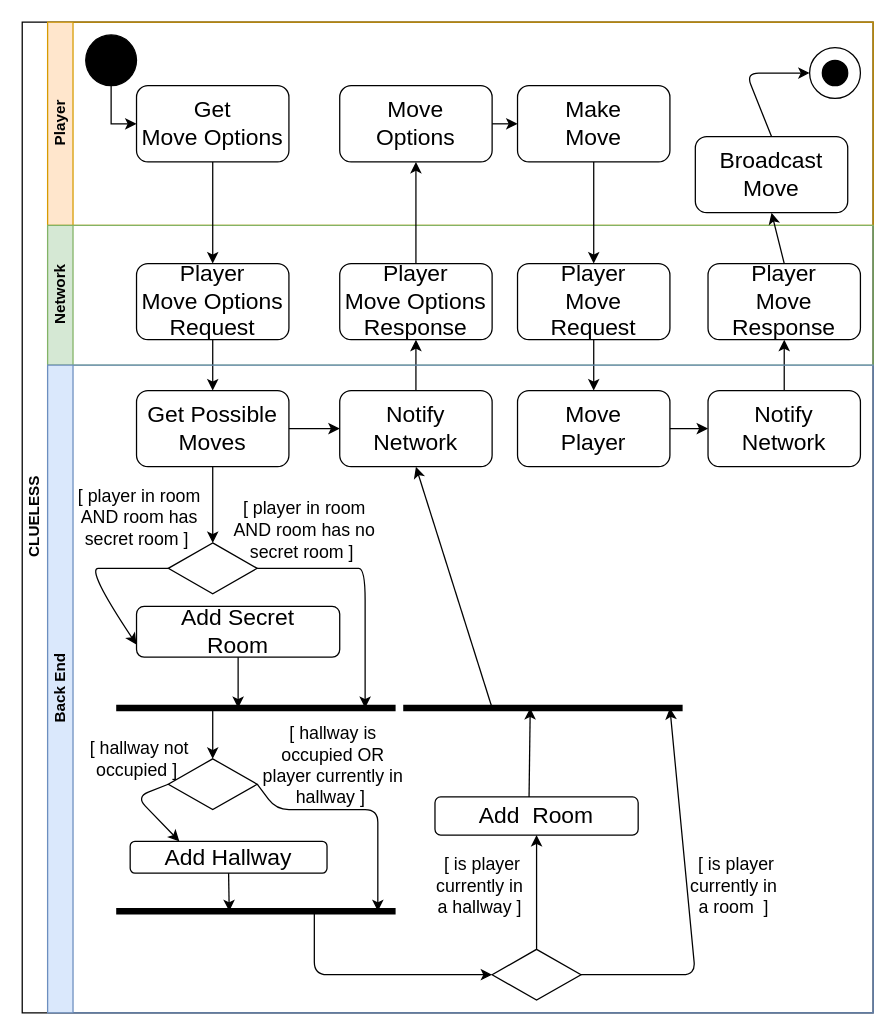
Before: move-activity-diagram.drawio in Acelhaka/Clueless-game, a draw.io diagram. Source tidied: cells renumbered, new cells numbered last; positions are measured from the earlier drawing's top-left corner, leaving out a move shared by most shapes. Both pictures are drawn from the tidied source at 127%, with x=0, y=0 at pixel (22, 22).
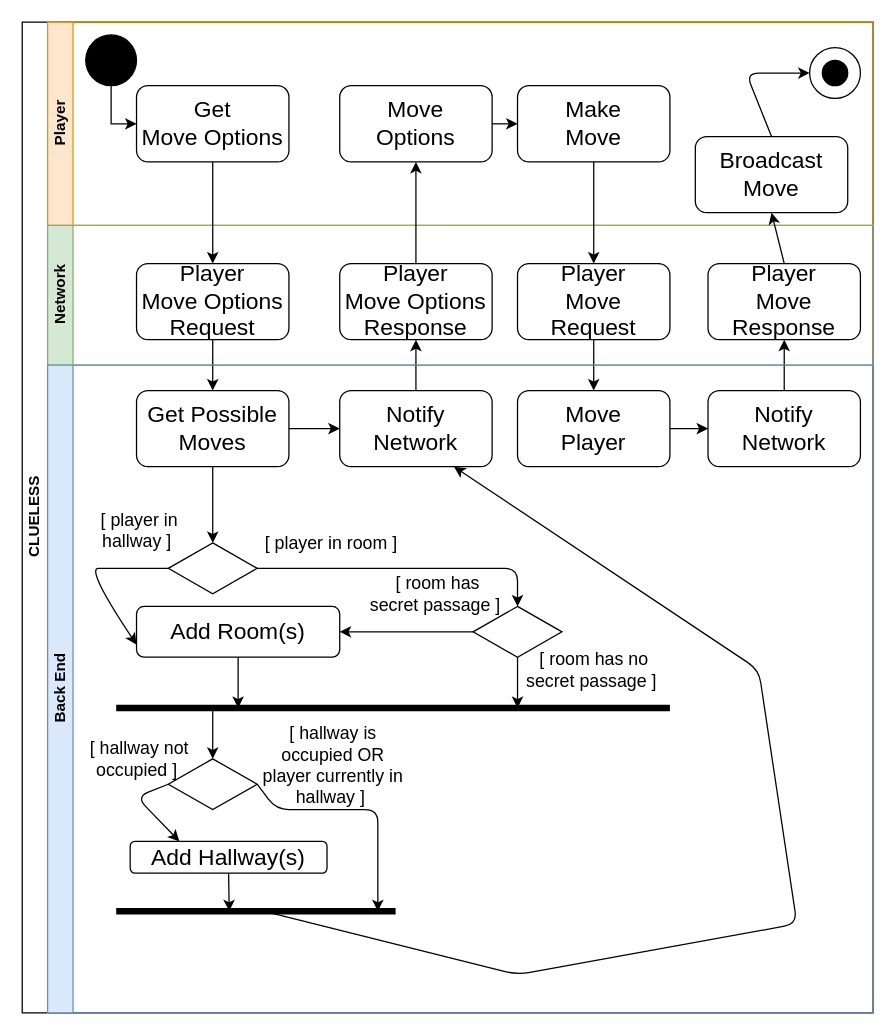
The same diagram, later.

The change refers to these unchanged cells:
```xml
<mxCell id="2" value="CLUELESS" style="swimlane;html=1;horizontal=0;startSize=20;" parent="1" vertex="1">
  <mxGeometry width="670" height="780" as="geometry" />
</mxCell>
<mxCell id="11" value="&lt;span style=&quot;font-size: 18px&quot;&gt;Make&lt;br&gt;&lt;/span&gt;&lt;font style=&quot;font-size: 18px&quot;&gt;Move&lt;/font&gt;" style="rounded=1;whiteSpace=wrap;html=1;fillColor=#FFFFFF;" parent="3" vertex="1">
  <mxGeometry x="370" y="50" width="120" height="60" as="geometry" />
</mxCell>
<mxCell id="12" value="&lt;span style=&quot;font-size: 18px&quot;&gt;Broadcast&lt;br&gt;&lt;/span&gt;&lt;font style=&quot;font-size: 18px&quot;&gt;Move&lt;/font&gt;" style="rounded=1;whiteSpace=wrap;html=1;fillColor=#FFFFFF;" parent="3" vertex="1">
  <mxGeometry x="510" y="90" width="120" height="60" as="geometry" />
</mxCell>
<mxCell id="17" value="&lt;span style=&quot;font-size: 18px&quot;&gt;Player&lt;br&gt;&lt;/span&gt;&lt;font style=&quot;font-size: 18px&quot;&gt;Move&lt;br&gt;Request&lt;br&gt;&lt;/font&gt;" style="rounded=1;whiteSpace=wrap;html=1;fillColor=#FFFFFF;" parent="14" vertex="1">
  <mxGeometry x="370" y="30" width="120" height="60" as="geometry" />
</mxCell>
<mxCell id="18" value="&lt;span style=&quot;font-size: 18px&quot;&gt;Player&lt;br&gt;&lt;/span&gt;&lt;font style=&quot;font-size: 18px&quot;&gt;Move&lt;br&gt;Response&lt;br&gt;&lt;/font&gt;" style="rounded=1;whiteSpace=wrap;html=1;fillColor=#FFFFFF;" parent="14" vertex="1">
  <mxGeometry x="520" y="30" width="120" height="60" as="geometry" />
</mxCell>
<mxCell id="25" value="Back End" style="swimlane;html=1;startSize=20;horizontal=0;fillColor=#dae8fc;strokeColor=#6c8ebf;" parent="2" vertex="1">
  <mxGeometry x="20" y="270" width="650" height="510" as="geometry" />
</mxCell>
<mxCell id="28" value="&lt;span style=&quot;font-size: 18px&quot;&gt;Notify&lt;br&gt;&lt;/span&gt;&lt;font style=&quot;font-size: 18px&quot;&gt;Network&lt;/font&gt;" style="rounded=1;whiteSpace=wrap;html=1;fillColor=#FFFFFF;" parent="25" vertex="1">
  <mxGeometry x="230" y="20" width="120" height="60" as="geometry" />
</mxCell>
<mxCell id="33" style="rhombus;whiteSpace=wrap;html=1;direction=east;" parent="25" vertex="1">
  <mxGeometry x="95" y="140" width="70" height="40" as="geometry" />
</mxCell>
```

The edit, as a diff of the source:
```diff
@@
+    <mxCell id="52" style="endArrow=classic;html=1;exitX=0.5;exitY=0;exitDx=0;exitDy=0;entryX=0.5;entryY=1;entryDx=0;entryDy=0;" parent="2" edge="1" source="18" target="12">
+      <mxGeometry relative="1" as="geometry" />
+    </mxCell>
+    <mxCell id="53" style="endArrow=classic;html=1;exitX=0.5;exitY=1;exitDx=0;exitDy=0;entryX=0.5;entryY=0;entryDx=0;entryDy=0;" parent="2" edge="1" source="11" target="17">
+      <mxGeometry relative="1" as="geometry" />
+    </mxCell>
@@
-    <mxCell id="34" value="&lt;font style=&quot;font-size: 14px&quot;&gt;[ player in room AND room has no &lt;br&gt;secret room ]&amp;nbsp;&lt;/font&gt;" style="text;html=1;strokeColor=none;fillColor=none;align=center;verticalAlign=middle;whiteSpace=wrap;rounded=0;" parent="25" vertex="1">
-      <mxGeometry x="140" y="120" width="125" height="20" as="geometry" />
-    </mxCell>
-    <mxCell id="35" value="&lt;font style=&quot;font-size: 14px&quot;&gt;[ player in room AND room has &lt;br&gt;secret room ]&amp;nbsp;&lt;/font&gt;" style="text;html=1;strokeColor=none;fillColor=none;align=center;verticalAlign=middle;whiteSpace=wrap;rounded=0;" parent="25" vertex="1">
-      <mxGeometry x="10" y="110" width="125" height="20" as="geometry" />
-    </mxCell>
-    <mxCell id="36" style="curved=1;endArrow=classic;html=1;exitX=1;exitY=0.5;exitDx=0;exitDy=0;" parent="25" edge="1" source="33">
-      <mxGeometry relative="1" as="geometry">
-        <mxPoint x="250" y="270" as="targetPoint" />
-        <Array as="points">
-          <mxPoint x="240" y="160" />
-          <mxPoint x="250" y="160" />
-          <mxPoint x="250" y="210" />
-        </Array>
-      </mxGeometry>
-    </mxCell>
@@
-    <mxCell id="38" value="&lt;span style=&quot;font-size: 18px&quot;&gt;Add&amp;nbsp;&lt;/span&gt;&lt;font style=&quot;font-size: 18px&quot;&gt;Secret&lt;br&gt;Room&lt;/font&gt;" style="rounded=1;whiteSpace=wrap;html=1;fillColor=#FFFFFF;" parent="25" vertex="1">
+    <mxCell id="38" value="&lt;span style=&quot;font-size: 18px&quot;&gt;Add Room(s)&lt;/span&gt;" style="rounded=1;whiteSpace=wrap;html=1;fillColor=#FFFFFF;" parent="25" vertex="1">
       <mxGeometry x="70" y="190" width="160" height="40" as="geometry" />
     </mxCell>
     <mxCell id="39" style="endArrow=none;html=1;strokeWidth=5;" parent="25" edge="1">
       <mxGeometry relative="1" as="geometry">
         <mxPoint x="54" y="270" as="sourcePoint" />
-        <mxPoint x="274" y="270" as="targetPoint" />
+        <mxPoint x="490" y="270" as="targetPoint" />
       </mxGeometry>
     </mxCell>
@@
-    <mxCell id="42" value="&lt;span style=&quot;font-size: 18px&quot;&gt;Add H&lt;/span&gt;&lt;span style=&quot;font-size: 18px&quot;&gt;allway&lt;/span&gt;" style="rounded=1;whiteSpace=wrap;html=1;fillColor=#FFFFFF;" parent="25" vertex="1">
+    <mxCell id="42" value="&lt;span style=&quot;font-size: 18px&quot;&gt;Add H&lt;/span&gt;&lt;span style=&quot;font-size: 18px&quot;&gt;allway(s)&lt;/span&gt;" style="rounded=1;whiteSpace=wrap;html=1;fillColor=#FFFFFF;" parent="25" vertex="1">
       <mxGeometry x="65" y="375" width="155" height="25" as="geometry" />
     </mxCell>
@@
-    <mxCell id="46" style="rhombus;whiteSpace=wrap;html=1;direction=east;" parent="25" vertex="1">
-      <mxGeometry x="350" y="460" width="70" height="40" as="geometry" />
-    </mxCell>
@@
-    <mxCell id="48" value="&lt;span style=&quot;font-size: 18px&quot;&gt;Add&amp;nbsp;&amp;nbsp;&lt;/span&gt;&lt;font style=&quot;font-size: 18px&quot;&gt;Room&lt;/font&gt;" style="rounded=1;whiteSpace=wrap;html=1;fillColor=#FFFFFF;" parent="25" vertex="1">
-      <mxGeometry x="305" y="340" width="160" height="30" as="geometry" />
-    </mxCell>
-    <mxCell id="49" value="&lt;font style=&quot;font-size: 14px&quot;&gt;[ is player&lt;br&gt;currently in&amp;nbsp;&lt;br&gt;a room&amp;nbsp; ]&amp;nbsp;&lt;/font&gt;" style="text;html=1;strokeColor=none;fillColor=none;align=center;verticalAlign=middle;whiteSpace=wrap;rounded=0;" parent="25" vertex="1">
-      <mxGeometry x="480" y="400" width="125" height="20" as="geometry" />
-    </mxCell>
-    <mxCell id="50" value="&lt;font style=&quot;font-size: 14px&quot;&gt;[ is player&lt;br&gt;currently in&amp;nbsp;&lt;br&gt;a hallway ]&amp;nbsp;&lt;/font&gt;" style="text;html=1;strokeColor=none;fillColor=none;align=center;verticalAlign=middle;whiteSpace=wrap;rounded=0;" parent="25" vertex="1">
-      <mxGeometry x="280" y="400" width="125" height="20" as="geometry" />
-    </mxCell>
-    <mxCell id="51" style="endArrow=none;html=1;strokeWidth=5;" parent="25" edge="1">
-      <mxGeometry relative="1" as="geometry">
-        <mxPoint x="280" y="270" as="sourcePoint" />
-        <mxPoint x="500" y="270" as="targetPoint" />
-      </mxGeometry>
-    </mxCell>
-    <mxCell id="52" style="endArrow=classic;html=1;exitX=0.5;exitY=0;exitDx=0;exitDy=0;entryX=0.5;entryY=1;entryDx=0;entryDy=0;" parent="2" edge="1" source="18" target="12">
-      <mxGeometry relative="1" as="geometry" />
-    </mxCell>
-    <mxCell id="53" style="endArrow=classic;html=1;exitX=0.5;exitY=1;exitDx=0;exitDy=0;entryX=0.5;entryY=0;entryDx=0;entryDy=0;" parent="2" edge="1" source="11" target="17">
-      <mxGeometry relative="1" as="geometry" />
-    </mxCell>
+    <mxCell id="63" value="&lt;font style=&quot;font-size: 14px&quot;&gt;[ player in room&amp;nbsp;]&amp;nbsp;&lt;/font&gt;" style="text;html=1;strokeColor=none;fillColor=none;align=center;verticalAlign=middle;whiteSpace=wrap;rounded=0;" parent="25" vertex="1">
+      <mxGeometry x="162.5" y="130" width="125" height="20" as="geometry" />
+    </mxCell>
+    <mxCell id="64" value="&lt;font style=&quot;font-size: 14px&quot;&gt;[ player in &lt;br&gt;hallway ]&amp;nbsp;&lt;/font&gt;" style="text;html=1;strokeColor=none;fillColor=none;align=center;verticalAlign=middle;whiteSpace=wrap;rounded=0;" parent="25" vertex="1">
+      <mxGeometry x="10" y="120" width="125" height="20" as="geometry" />
+    </mxCell>
+    <mxCell id="65" style="rhombus;whiteSpace=wrap;html=1;direction=east;" parent="25" vertex="1">
+      <mxGeometry x="335" y="190" width="70" height="40" as="geometry" />
+    </mxCell>
+    <mxCell id="66" style="endArrow=classic;html=1;exitX=1;exitY=0.5;exitDx=0;exitDy=0;entryX=0.5;entryY=0;entryDx=0;entryDy=0;" parent="25" edge="1" source="33" target="65">
+      <mxGeometry relative="1" as="geometry">
+        <Array as="points">
+          <mxPoint x="370" y="160" />
+        </Array>
+      </mxGeometry>
+    </mxCell>
+    <mxCell id="34" value="&lt;font style=&quot;font-size: 14px&quot;&gt;[ room has no &lt;br&gt;secret passage ]&amp;nbsp;&lt;/font&gt;" style="text;html=1;strokeColor=none;fillColor=none;align=center;verticalAlign=middle;whiteSpace=wrap;rounded=0;" parent="25" vertex="1">
+      <mxGeometry x="367.5" y="230" width="125" height="20" as="geometry" />
+    </mxCell>
+    <mxCell id="35" value="&lt;font style=&quot;font-size: 14px&quot;&gt;[ room has &lt;br&gt;secret passage ]&amp;nbsp;&lt;/font&gt;" style="text;html=1;strokeColor=none;fillColor=none;align=center;verticalAlign=middle;whiteSpace=wrap;rounded=0;" parent="25" vertex="1">
+      <mxGeometry x="245" y="170" width="125" height="20" as="geometry" />
+    </mxCell>
+    <mxCell id="67" style="endArrow=classic;html=1;entryX=1;entryY=0.5;entryDx=0;entryDy=0;exitX=0;exitY=0.5;exitDx=0;exitDy=0;" parent="25" edge="1" source="65" target="38">
+      <mxGeometry relative="1" as="geometry" />
+    </mxCell>
@@
-    <mxCell id="58" style="endArrow=classic;html=1;" parent="1" edge="1">
-      <mxGeometry relative="1" as="geometry">
-        <mxPoint x="230" y="700" as="sourcePoint" />
-        <mxPoint x="370" y="750" as="targetPoint" />
-        <Array as="points">
-          <mxPoint x="230" y="750" />
-        </Array>
-      </mxGeometry>
-    </mxCell>
-    <mxCell id="59" style="endArrow=classic;html=1;exitX=0.5;exitY=0;exitDx=0;exitDy=0;" parent="1" edge="1" source="46">
-      <mxGeometry relative="1" as="geometry">
-        <mxPoint x="405" y="640" as="targetPoint" />
-      </mxGeometry>
-    </mxCell>
-    <mxCell id="60" style="endArrow=classic;html=1;exitX=1;exitY=0.5;exitDx=0;exitDy=0;" parent="1" edge="1" source="46">
-      <mxGeometry relative="1" as="geometry">
-        <mxPoint x="510" y="540" as="targetPoint" />
-        <Array as="points">
-          <mxPoint x="530" y="750" />
-        </Array>
-      </mxGeometry>
-    </mxCell>
-    <mxCell id="61" style="endArrow=classic;html=1;exitX=0.463;exitY=0;exitDx=0;exitDy=0;exitPerimeter=0;" parent="1" edge="1" source="48">
-      <mxGeometry relative="1" as="geometry">
-        <mxPoint x="400" y="540" as="targetPoint" />
-      </mxGeometry>
-    </mxCell>
-    <mxCell id="62" style="endArrow=classic;html=1;entryX=0.5;entryY=1;entryDx=0;entryDy=0;" parent="1" edge="1" target="28">
+    <mxCell id="62" style="endArrow=classic;html=1;entryX=0.75;entryY=1;entryDx=0;entryDy=0;" parent="1" edge="1" target="28">
       <mxGeometry relative="1" as="geometry">
-        <mxPoint x="370" y="540" as="sourcePoint" />
+        <mxPoint x="190" y="700" as="sourcePoint" />
+        <Array as="points">
+          <mxPoint x="390" y="750" />
+          <mxPoint x="610" y="710" />
+          <mxPoint x="580" y="510" />
+        </Array>
       </mxGeometry>
     </mxCell>
+    <mxCell id="68" style="endArrow=classic;html=1;exitX=0.5;exitY=1;exitDx=0;exitDy=0;" parent="1" edge="1" source="65">
+      <mxGeometry relative="1" as="geometry">
+        <mxPoint x="390" y="540" as="targetPoint" />
+      </mxGeometry>
+    </mxCell>
```
